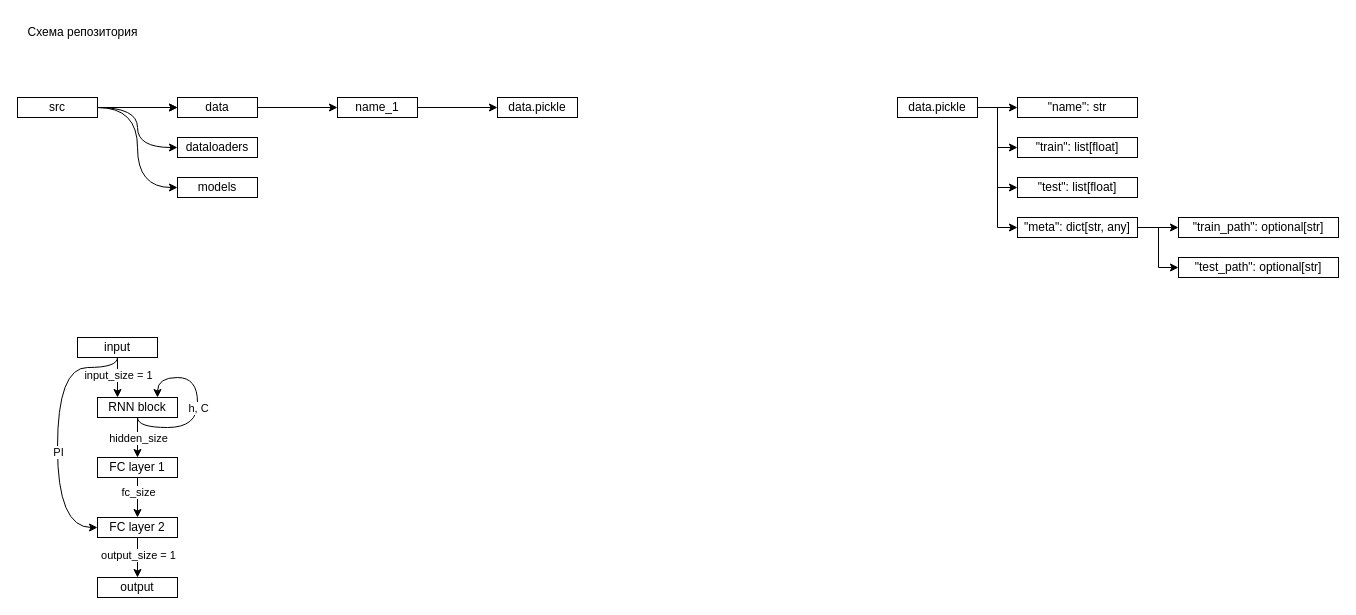
This is courses/Diploma/diagrams/common_scheme.drawio from RukhovichIV/HSE-CS-Courses, a draw.io file, before an edit. Source tidied: cells renumbered, new cells numbered last; positions are measured from the earlier drawing's top-left corner, leaving out a move shared by most shapes. Both pictures are drawn from the tidied source at 100%, with x=0, y=0 at pixel (17, 17).
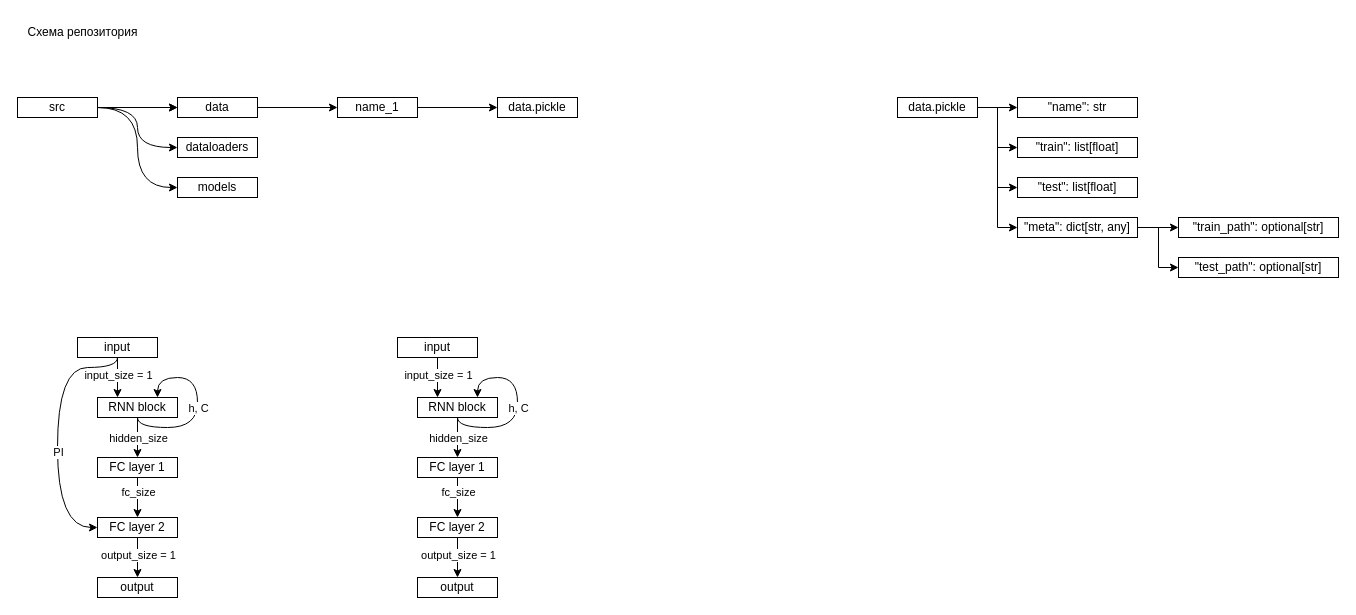
After the change.

What changed in the source:
```diff
@@
+    <mxCell id="45" style="edgeStyle=orthogonalEdgeStyle;rounded=0;jettySize=auto;html=1;exitX=0.5;exitY=1;exitDx=0;exitDy=0;" parent="1" edge="1" source="49" target="52">
+      <mxGeometry relative="1" as="geometry" />
+    </mxCell>
+    <mxCell id="46" value="hidden_size" style="edgeLabel;html=1;align=center;verticalAlign=middle;" parent="45" vertex="1">
+      <mxGeometry x="-0.09" relative="1" as="geometry">
+        <mxPoint y="2" as="offset" />
+      </mxGeometry>
+    </mxCell>
+    <mxCell id="47" style="edgeStyle=orthogonalEdgeStyle;rounded=0;orthogonalLoop=1;jettySize=auto;html=1;curved=1;exitX=0.5;exitY=1;exitDx=0;exitDy=0;entryX=0.75;entryY=0;entryDx=0;entryDy=0;" parent="1" edge="1" source="49" target="49">
+      <mxGeometry relative="1" as="geometry">
+        <Array as="points">
+          <mxPoint x="440" y="410" />
+          <mxPoint x="500" y="410" />
+          <mxPoint x="500" y="360" />
+          <mxPoint x="460" y="360" />
+        </Array>
+      </mxGeometry>
+    </mxCell>
+    <mxCell id="48" value="h, C" style="edgeLabel;html=1;align=center;verticalAlign=middle;" parent="47" vertex="1">
+      <mxGeometry x="-0.03" relative="1" as="geometry">
+        <mxPoint y="-3" as="offset" />
+      </mxGeometry>
+    </mxCell>
+    <mxCell id="49" value="RNN block" style="rounded=0;whiteSpace=wrap;html=1;fillColor=none;" parent="1" vertex="1">
+      <mxGeometry x="400" y="380" width="80" height="20" as="geometry" />
+    </mxCell>
+    <mxCell id="50" style="edgeStyle=orthogonalEdgeStyle;rounded=0;jettySize=auto;html=1;entryX=0.5;entryY=0;entryDx=0;entryDy=0;" parent="1" edge="1" source="52" target="55">
+      <mxGeometry relative="1" as="geometry" />
+    </mxCell>
+    <mxCell id="51" value="fc_size" style="edgeLabel;html=1;align=center;verticalAlign=middle;" parent="50" vertex="1">
+      <mxGeometry x="-0.28" relative="1" as="geometry" />
+    </mxCell>
+    <mxCell id="52" value="FC layer 1" style="rounded=0;whiteSpace=wrap;html=1;fillColor=none;" parent="1" vertex="1">
+      <mxGeometry x="400" y="440" width="80" height="20" as="geometry" />
+    </mxCell>
+    <mxCell id="53" style="edgeStyle=orthogonalEdgeStyle;rounded=0;jettySize=auto;html=1;exitX=0.5;exitY=1;exitDx=0;exitDy=0;entryX=0.5;entryY=0;entryDx=0;entryDy=0;" parent="1" edge="1" source="55" target="56">
+      <mxGeometry relative="1" as="geometry" />
+    </mxCell>
+    <mxCell id="54" value="output_size = 1" style="edgeLabel;html=1;align=center;verticalAlign=middle;" parent="53" vertex="1">
+      <mxGeometry x="-0.17" relative="1" as="geometry" />
+    </mxCell>
+    <mxCell id="55" value="FC layer 2" style="rounded=0;whiteSpace=wrap;html=1;fillColor=none;" parent="1" vertex="1">
+      <mxGeometry x="400" y="500" width="80" height="20" as="geometry" />
+    </mxCell>
+    <mxCell id="56" value="output" style="rounded=0;whiteSpace=wrap;html=1;fillColor=none;" parent="1" vertex="1">
+      <mxGeometry x="400" y="560" width="80" height="20" as="geometry" />
+    </mxCell>
+    <mxCell id="57" style="edgeStyle=orthogonalEdgeStyle;rounded=0;jettySize=auto;html=1;entryX=0.25;entryY=0;entryDx=0;entryDy=0;" parent="1" edge="1" source="59" target="49">
+      <mxGeometry relative="1" as="geometry" />
+    </mxCell>
+    <mxCell id="58" value="input_size = 1" style="edgeLabel;html=1;align=center;verticalAlign=middle;" parent="57" vertex="1">
+      <mxGeometry x="-0.13" relative="1" as="geometry" />
+    </mxCell>
+    <mxCell id="59" value="input" style="rounded=0;whiteSpace=wrap;html=1;fillColor=none;" parent="1" vertex="1">
+      <mxGeometry x="380" y="320" width="80" height="20" as="geometry" />
+    </mxCell>
```
